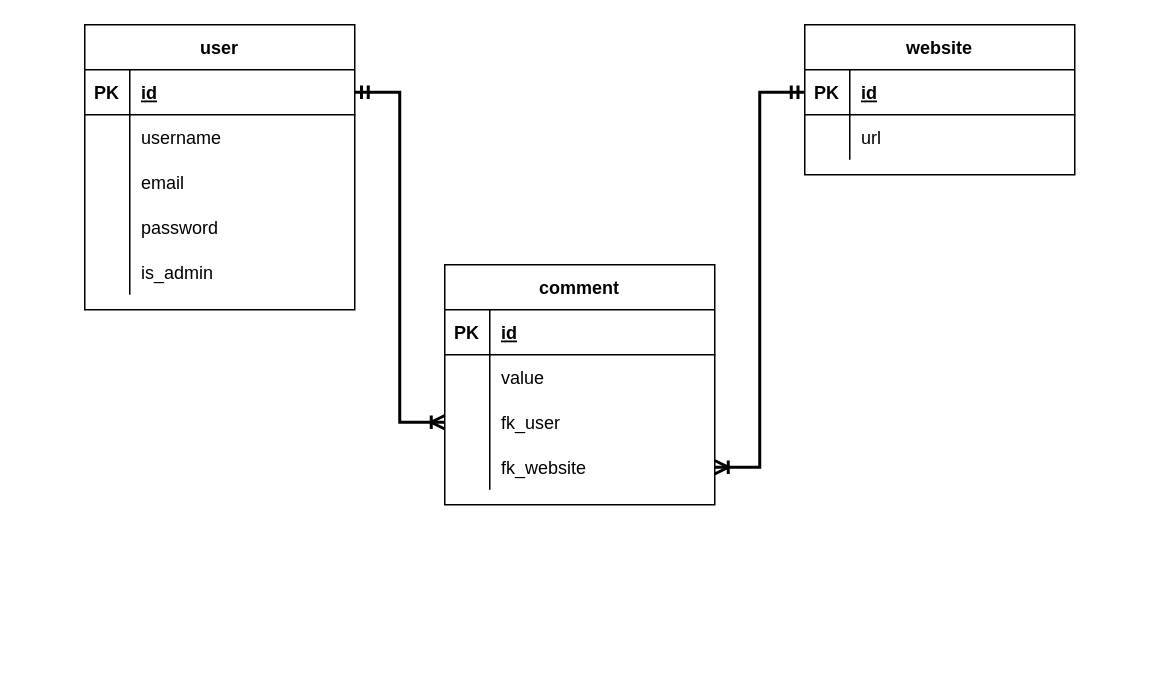
Above: er-diagram.drawio in FERI-RIT-NoCom/database (draw.io), before the change. Source tidied: cells renumbered, new cells numbered last; positions are measured from the earlier drawing's top-left corner, leaving out a move shared by most shapes. Both pictures are drawn from the tidied source at 150%, with x=0, y=0 at pixel (84, 24).
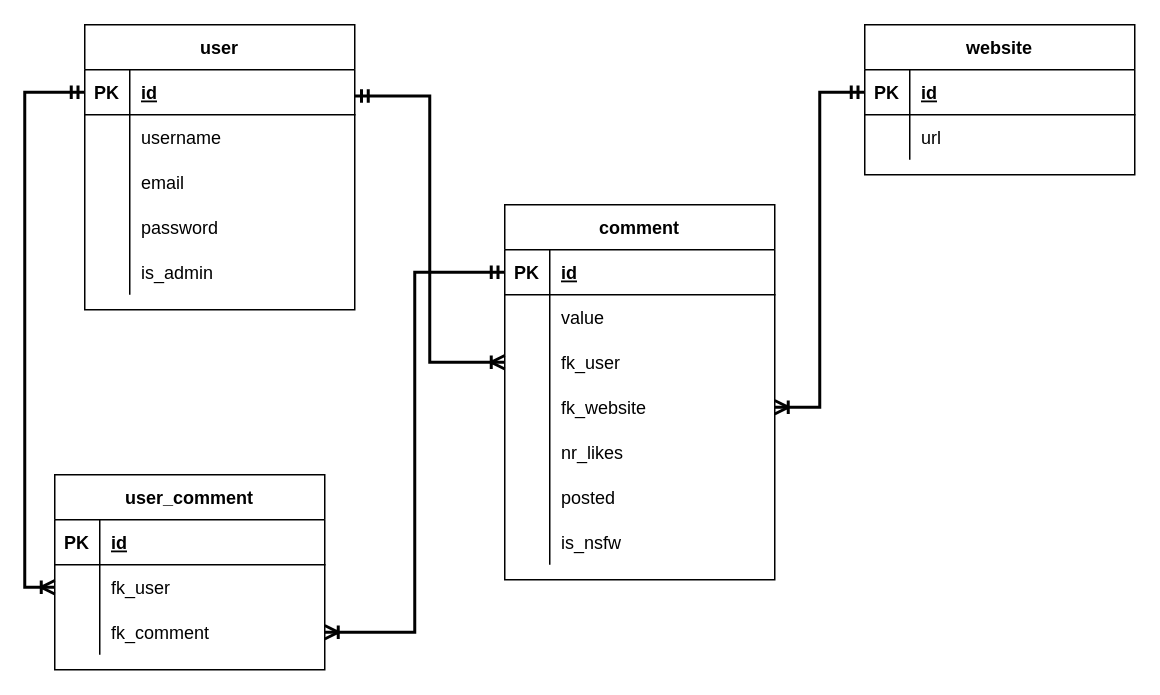
The same page after the edit.

Unchanged cells that the change refers to:
```xml
<mxCell id="2" value="user" style="shape=table;startSize=30;childLayout=tableLayout;rowLines=0;fontStyle=1;align=center;" parent="1" vertex="1">
  <mxGeometry width="180" height="190" as="geometry" />
</mxCell>
<mxCell id="3" style="shape=tableRow;horizontal=0;startSize=0;swimlaneHead=0;swimlaneBody=0;fillColor=none;points=[[0,0.5],[1,0.5]];portConstraint=eastwest;top=0;left=0;right=0;bottom=1;" parent="2" vertex="1">
  <mxGeometry y="30" width="180" height="30" as="geometry" />
</mxCell>
<mxCell id="19" style="shape=tableRow;horizontal=0;startSize=0;swimlaneHead=0;swimlaneBody=0;fillColor=none;points=[[0,0.5],[1,0.5]];portConstraint=eastwest;top=0;left=0;right=0;bottom=1;" parent="18" vertex="1">
  <mxGeometry y="30" width="180" height="30" as="geometry" />
</mxCell>
<mxCell id="26" style="shape=tableRow;horizontal=0;startSize=0;swimlaneHead=0;swimlaneBody=0;fillColor=none;points=[[0,0.5],[1,0.5]];portConstraint=eastwest;top=0;left=0;right=0;bottom=1;" parent="25" vertex="1">
  <mxGeometry y="30" width="180" height="30" as="geometry" />
</mxCell>
<mxCell id="32" style="shape=tableRow;horizontal=0;startSize=0;swimlaneHead=0;swimlaneBody=0;fillColor=none;points=[[0,0.5],[1,0.5]];portConstraint=eastwest;top=0;left=0;right=0;bottom=0;" parent="25" vertex="1">
  <mxGeometry y="90" width="180" height="30" as="geometry" />
</mxCell>
<mxCell id="35" style="shape=tableRow;horizontal=0;startSize=0;swimlaneHead=0;swimlaneBody=0;fillColor=none;points=[[0,0.5],[1,0.5]];portConstraint=eastwest;top=0;left=0;right=0;bottom=0;" parent="25" vertex="1">
  <mxGeometry y="120" width="180" height="30" as="geometry" />
</mxCell>
```

The edit, as a diff of the source:
```diff
@@
+    <mxCell id="40" style="edgeStyle=orthogonalEdgeStyle;rounded=0;jettySize=auto;html=1;exitX=1;exitY=0.25;exitDx=0;exitDy=0;entryX=0;entryY=0.5;entryDx=0;entryDy=0;startArrow=ERmandOne;startFill=0;endArrow=ERoneToMany;endFill=0;endSize=6;sourcePerimeterSpacing=0;targetPerimeterSpacing=0;strokeWidth=2;" parent="1" edge="1" source="2" target="32">
+      <mxGeometry relative="1" as="geometry" />
+    </mxCell>
@@
     <mxCell id="18" value="website" style="shape=table;startSize=30;childLayout=tableLayout;rowLines=0;fontStyle=1;align=center;" parent="1" vertex="1">
-      <mxGeometry x="480" width="180" height="100" as="geometry" />
+      <mxGeometry x="520" width="180" height="100" as="geometry" />
     </mxCell>
@@
     <mxCell id="25" value="comment" style="shape=table;startSize=30;childLayout=tableLayout;rowLines=0;fontStyle=1;align=center;" parent="1" vertex="1">
-      <mxGeometry x="240" y="160" width="180" height="160" as="geometry" />
+      <mxGeometry x="280" y="120" width="180" height="250" as="geometry" />
     </mxCell>
@@
-    <mxCell id="38" style="edgeStyle=entityRelationEdgeStyle;fontSize=12;html=1;endArrow=ERoneToMany;startArrow=ERmandOne;rounded=0;exitX=1;exitY=0.5;exitDx=0;exitDy=0;entryX=0;entryY=0.5;entryDx=0;entryDy=0;strokeWidth=2;" parent="1" edge="1" source="3" target="32">
-      <mxGeometry relative="1" as="geometry" />
-    </mxCell>
+    <mxCell id="41" style="shape=tableRow;horizontal=0;startSize=0;swimlaneHead=0;swimlaneBody=0;fillColor=none;top=0;left=0;right=0;bottom=0;" parent="25" vertex="1">
+      <mxGeometry y="150" width="180" height="30" as="geometry" />
+    </mxCell>
+    <mxCell id="42" style="shape=partialRectangle;fillColor=none;top=0;left=0;bottom=0;right=0;overflow=hidden;" parent="41" vertex="1">
+      <mxGeometry width="30" height="30" as="geometry" />
+    </mxCell>
+    <mxCell id="43" value="nr_likes" style="shape=partialRectangle;fillColor=none;top=0;left=0;bottom=0;right=0;align=left;spacingLeft=6;overflow=hidden;" parent="41" vertex="1">
+      <mxGeometry x="30" width="150" height="30" as="geometry" />
+    </mxCell>
+    <mxCell id="44" style="shape=tableRow;horizontal=0;startSize=0;swimlaneHead=0;swimlaneBody=0;fillColor=none;top=0;left=0;right=0;bottom=0;" parent="25" vertex="1">
+      <mxGeometry y="180" width="180" height="30" as="geometry" />
+    </mxCell>
+    <mxCell id="45" style="shape=partialRectangle;fillColor=none;top=0;left=0;bottom=0;right=0;overflow=hidden;" parent="44" vertex="1">
+      <mxGeometry width="30" height="30" as="geometry" />
+    </mxCell>
+    <mxCell id="46" value="posted" style="shape=partialRectangle;fillColor=none;top=0;left=0;bottom=0;right=0;align=left;spacingLeft=6;overflow=hidden;" parent="44" vertex="1">
+      <mxGeometry x="30" width="150" height="30" as="geometry" />
+    </mxCell>
+    <mxCell id="47" style="shape=tableRow;horizontal=0;startSize=0;swimlaneHead=0;swimlaneBody=0;fillColor=none;top=0;left=0;right=0;bottom=0;" parent="25" vertex="1">
+      <mxGeometry y="210" width="180" height="30" as="geometry" />
+    </mxCell>
+    <mxCell id="48" style="shape=partialRectangle;fillColor=none;top=0;left=0;bottom=0;right=0;overflow=hidden;" parent="47" vertex="1">
+      <mxGeometry width="30" height="30" as="geometry" />
+    </mxCell>
+    <mxCell id="49" value="is_nsfw" style="shape=partialRectangle;fillColor=none;top=0;left=0;bottom=0;right=0;align=left;spacingLeft=6;overflow=hidden;" parent="47" vertex="1">
+      <mxGeometry x="30" width="150" height="30" as="geometry" />
+    </mxCell>
+    <mxCell id="50" value="user_comment" style="shape=table;startSize=30;childLayout=tableLayout;rowLines=0;fontStyle=1;align=center;" parent="1" vertex="1">
+      <mxGeometry x="-20" y="300" width="180" height="130" as="geometry" />
+    </mxCell>
+    <mxCell id="51" style="shape=tableRow;horizontal=0;startSize=0;swimlaneHead=0;swimlaneBody=0;fillColor=none;top=0;left=0;right=0;bottom=1;" parent="50" vertex="1">
+      <mxGeometry y="30" width="180" height="30" as="geometry" />
+    </mxCell>
+    <mxCell id="52" value="PK" style="shape=partialRectangle;fillColor=none;top=0;left=0;bottom=0;right=0;fontStyle=1;overflow=hidden;" parent="51" vertex="1">
+      <mxGeometry width="30" height="30" as="geometry" />
+    </mxCell>
+    <mxCell id="53" value="id" style="shape=partialRectangle;fillColor=none;top=0;left=0;bottom=0;right=0;align=left;spacingLeft=6;fontStyle=5;overflow=hidden;" parent="51" vertex="1">
+      <mxGeometry x="30" width="150" height="30" as="geometry" />
+    </mxCell>
+    <mxCell id="54" style="shape=tableRow;horizontal=0;startSize=0;swimlaneHead=0;swimlaneBody=0;fillColor=none;points=[[0,0.5],[1,0.5]];portConstraint=eastwest;top=0;left=0;right=0;bottom=0;" parent="50" vertex="1">
+      <mxGeometry y="60" width="180" height="30" as="geometry" />
+    </mxCell>
+    <mxCell id="55" style="shape=partialRectangle;fillColor=none;top=0;left=0;bottom=0;right=0;overflow=hidden;" parent="54" vertex="1">
+      <mxGeometry width="30" height="30" as="geometry" />
+    </mxCell>
+    <mxCell id="56" value="fk_user" style="shape=partialRectangle;fillColor=none;top=0;left=0;bottom=0;right=0;align=left;spacingLeft=6;overflow=hidden;" parent="54" vertex="1">
+      <mxGeometry x="30" width="150" height="30" as="geometry" />
+    </mxCell>
+    <mxCell id="57" style="shape=tableRow;horizontal=0;startSize=0;swimlaneHead=0;swimlaneBody=0;fillColor=none;points=[[0,0.5],[1,0.5]];portConstraint=eastwest;top=0;left=0;right=0;bottom=0;" parent="50" vertex="1">
+      <mxGeometry y="90" width="180" height="30" as="geometry" />
+    </mxCell>
+    <mxCell id="58" style="shape=partialRectangle;fillColor=none;top=0;left=0;bottom=0;right=0;overflow=hidden;" parent="57" vertex="1">
+      <mxGeometry width="30" height="30" as="geometry" />
+    </mxCell>
+    <mxCell id="59" value="fk_comment" style="shape=partialRectangle;fillColor=none;top=0;left=0;bottom=0;right=0;align=left;spacingLeft=6;overflow=hidden;" parent="57" vertex="1">
+      <mxGeometry x="30" width="150" height="30" as="geometry" />
+    </mxCell>
+    <mxCell id="60" style="edgeStyle=orthogonalEdgeStyle;rounded=0;jettySize=auto;html=1;exitX=0;exitY=0.5;exitDx=0;exitDy=0;entryX=0;entryY=0.5;entryDx=0;entryDy=0;endSize=6;sourcePerimeterSpacing=0;targetPerimeterSpacing=0;strokeWidth=2;endArrow=ERoneToMany;endFill=0;startArrow=ERmandOne;startFill=0;" parent="1" edge="1" source="3" target="54">
+      <mxGeometry relative="1" as="geometry" />
+    </mxCell>
-    <mxCell id="39" style="edgeStyle=entityRelationEdgeStyle;fontSize=12;html=1;endArrow=ERoneToMany;startArrow=ERmandOne;rounded=0;exitX=0;exitY=0.5;exitDx=0;exitDy=0;entryX=1;entryY=0.5;entryDx=0;entryDy=0;strokeWidth=2;" parent="1" edge="1" source="19" target="35">
+    <mxCell id="39" style="edgeStyle=orthogonalEdgeStyle;rounded=0;jettySize=auto;html=1;exitX=0;exitY=0.5;exitDx=0;exitDy=0;entryX=1;entryY=0.5;entryDx=0;entryDy=0;startArrow=ERmandOne;startFill=0;endArrow=ERoneToMany;endFill=0;endSize=6;sourcePerimeterSpacing=0;targetPerimeterSpacing=0;strokeWidth=2;" parent="1" edge="1" source="19" target="35">
       <mxGeometry relative="1" as="geometry" />
     </mxCell>
+    <mxCell id="61" style="edgeStyle=orthogonalEdgeStyle;rounded=0;jettySize=auto;html=1;exitX=0;exitY=0.5;exitDx=0;exitDy=0;entryX=1;entryY=0.5;entryDx=0;entryDy=0;startArrow=ERmandOne;startFill=0;endArrow=ERoneToMany;endFill=0;endSize=6;sourcePerimeterSpacing=0;targetPerimeterSpacing=0;strokeWidth=2;" parent="1" edge="1" source="26" target="57">
+      <mxGeometry relative="1" as="geometry" />
+    </mxCell>
```
